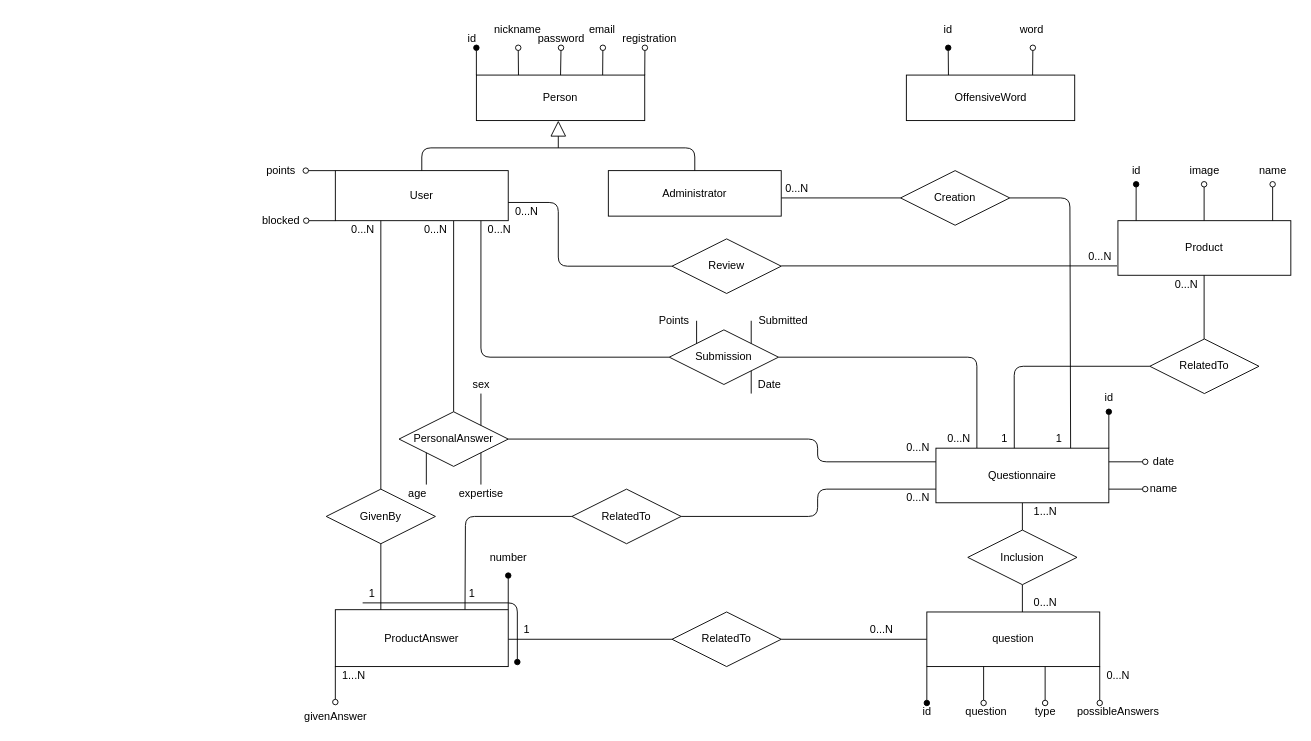
The draw.io diagram page "ER" (1 of 2) of DIAGRAMS/EntityRelations.drawio in marcoPetriPolimi/db2-polimiProject-2020-2021, before the edit. Source tidied: cells renumbered, new cells numbered last; positions are measured from the earlier drawing's top-left corner, leaving out a move shared by most shapes. Both pictures are drawn from the tidied source at 91%, with x=0, y=0 at pixel (253, 20).
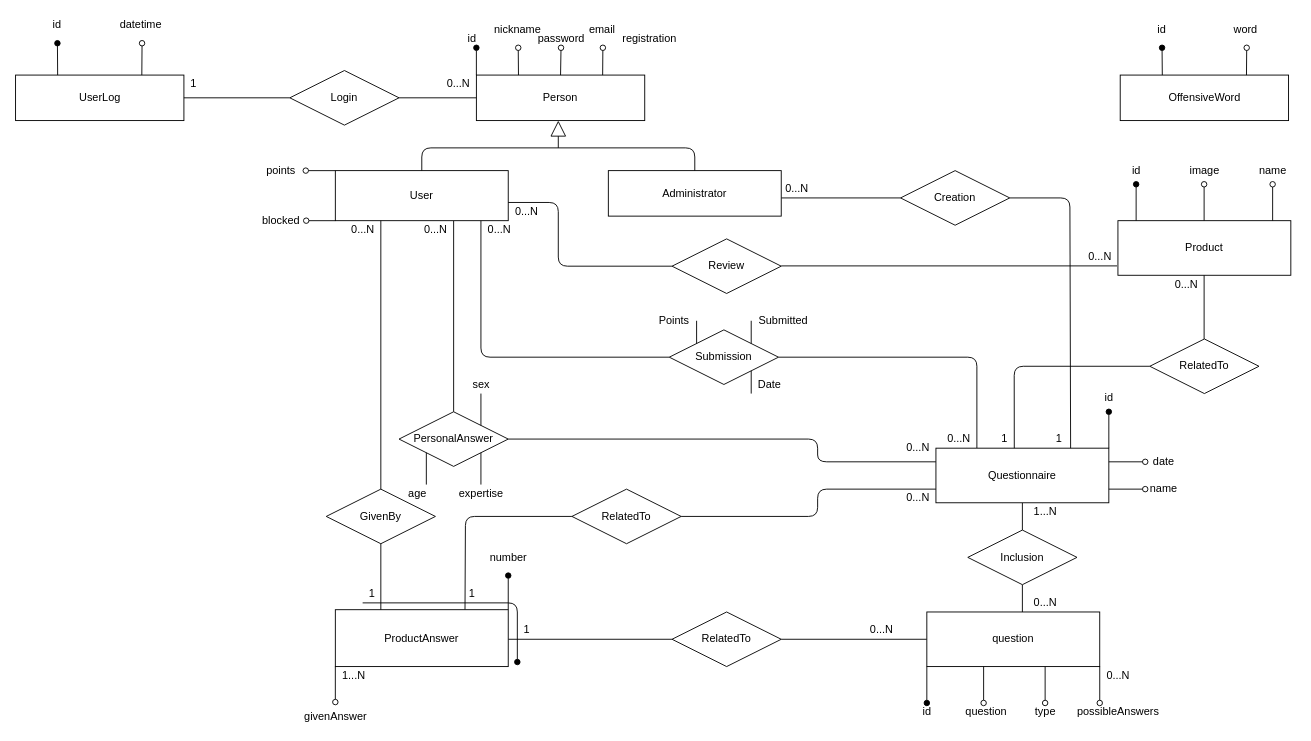
The same diagram, later.

The change refers to these unchanged cells:
```xml
<mxCell id="53" value="Person" style="whiteSpace=wrap;html=1;align=center;" parent="1" vertex="1">
  <mxGeometry x="245" y="60" width="185" height="50" as="geometry" />
</mxCell>
```

What changed in the source:
```diff
@@
     <mxCell id="68" value="OffensiveWord" style="whiteSpace=wrap;html=1;align=center;" parent="1" vertex="1">
-      <mxGeometry x="717.5" y="60" width="185" height="50" as="geometry" />
+      <mxGeometry x="952.5" y="60" width="185" height="50" as="geometry" />
     </mxCell>
     <mxCell id="69" style="endArrow=oval;html=1;rounded=0;exitX=0.25;exitY=0;exitDx=0;exitDy=0;endFill=1;" parent="1" edge="1" source="68">
       <mxGeometry relative="1" as="geometry">
-        <mxPoint x="763.5" y="30" as="targetPoint" />
+        <mxPoint x="998.5" y="30" as="targetPoint" />
       </mxGeometry>
     </mxCell>
     <mxCell id="70" style="endArrow=oval;html=1;rounded=0;exitX=0.75;exitY=0;exitDx=0;exitDy=0;endFill=0;" parent="1" edge="1" source="68">
       <mxGeometry relative="1" as="geometry">
-        <mxPoint x="856.5" y="30" as="targetPoint" />
+        <mxPoint x="1091.5" y="30" as="targetPoint" />
       </mxGeometry>
     </mxCell>
     <mxCell id="71" value="id" style="text;html=1;align=center;verticalAlign=middle;" parent="1" vertex="1">
-      <mxGeometry x="752.5" width="20" height="20" as="geometry" />
+      <mxGeometry x="987.5" width="20" height="20" as="geometry" />
     </mxCell>
     <mxCell id="72" value="word" style="text;html=1;align=center;verticalAlign=middle;" parent="1" vertex="1">
-      <mxGeometry x="835" width="40" height="20" as="geometry" />
+      <mxGeometry x="1070" width="40" height="20" as="geometry" />
     </mxCell>
@@
-    <mxCell id="95" style="endArrow=oval;html=1;rounded=0;exitX=0.75;exitY=0;exitDx=0;exitDy=0;endFill=0;" parent="1" edge="1">
-      <mxGeometry relative="1" as="geometry">
-        <mxPoint x="430" y="60" as="sourcePoint" />
-        <mxPoint x="430.2" y="30" as="targetPoint" />
-      </mxGeometry>
-    </mxCell>
@@
+    <mxCell id="114" value="UserLog" style="whiteSpace=wrap;html=1;align=center;" parent="1" vertex="1">
+      <mxGeometry x="-261.4" y="60" width="185" height="50" as="geometry" />
+    </mxCell>
+    <mxCell id="115" style="endArrow=oval;html=1;rounded=0;exitX=0.25;exitY=0;exitDx=0;exitDy=0;endFill=1;" parent="1" edge="1" source="114">
+      <mxGeometry relative="1" as="geometry">
+        <mxPoint x="-215.4" y="25" as="targetPoint" />
+      </mxGeometry>
+    </mxCell>
+    <mxCell id="116" style="endArrow=oval;html=1;rounded=0;exitX=0.75;exitY=0;exitDx=0;exitDy=0;endFill=0;" parent="1" edge="1" source="114">
+      <mxGeometry relative="1" as="geometry">
+        <mxPoint x="-122.4" y="25" as="targetPoint" />
+      </mxGeometry>
+    </mxCell>
+    <mxCell id="117" value="id" style="text;html=1;align=center;verticalAlign=middle;" parent="1" vertex="1">
+      <mxGeometry x="-226.4" y="-5" width="20" height="20" as="geometry" />
+    </mxCell>
+    <mxCell id="118" value="datetime" style="text;html=1;align=center;verticalAlign=middle;" parent="1" vertex="1">
+      <mxGeometry x="-153.9" y="-5" width="60" height="20" as="geometry" />
+    </mxCell>
+    <mxCell id="119" value="Login" style="shape=rhombus;perimeter=rhombusPerimeter;whiteSpace=wrap;html=1;align=center;" parent="1" vertex="1">
+      <mxGeometry x="40" y="55" width="120" height="60" as="geometry" />
+    </mxCell>
+    <mxCell id="120" style="endArrow=none;html=1;entryX=1;entryY=0.5;entryDx=0;entryDy=0;exitX=0;exitY=0.5;exitDx=0;exitDy=0;" parent="1" edge="1" source="53" target="119">
+      <mxGeometry relative="1" as="geometry" />
+    </mxCell>
+    <mxCell id="121" style="endArrow=none;html=1;entryX=1;entryY=0.5;entryDx=0;entryDy=0;exitX=0;exitY=0.5;exitDx=0;exitDy=0;" parent="1" edge="1" source="119" target="114">
+      <mxGeometry relative="1" as="geometry" />
+    </mxCell>
+    <mxCell id="122" value="0...N" style="text;html=1;align=center;verticalAlign=middle;" parent="1" vertex="1">
+      <mxGeometry x="205" y="60" width="40" height="20" as="geometry" />
+    </mxCell>
+    <mxCell id="123" value="1" style="text;html=1;align=center;verticalAlign=middle;" parent="1" vertex="1">
+      <mxGeometry x="-76.4" y="60" width="20" height="20" as="geometry" />
+    </mxCell>
```
